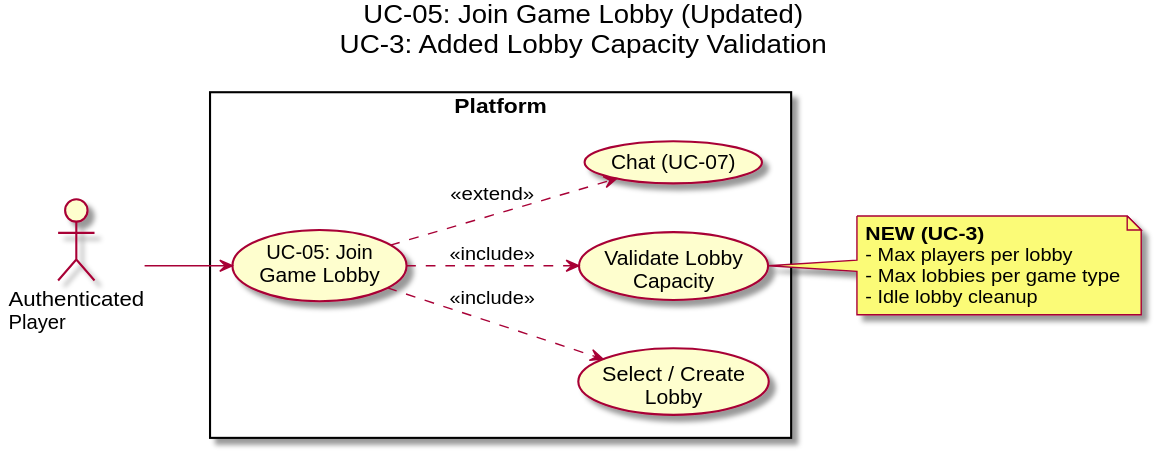
This is docs/03 useCases/UC-05 Join Game Lobby.svg from manavpreet1809/Multiplayer-Gaming-Platform, a PlantUML export, as it was before one commit.
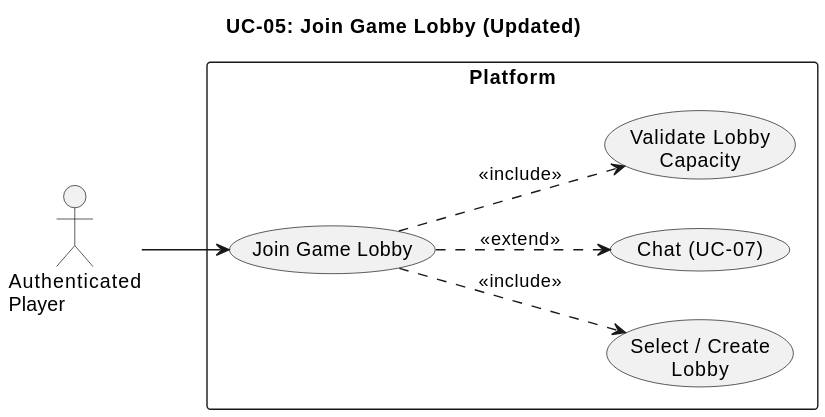
The same diagram one commit later.

The edit, as a diff of the source:
```diff
@@ -1,6 +1,5 @@
 @startuml
-title UC-05: Join Game Lobby (Updated)\nUC-3: Added Lobby Capacity Validation
-skinparam backgroundColor white
+title UC-05: Join Game Lobby (Updated)
 
 left to right direction
 skinparam packageStyle rectangle
@@ -8,22 +7,14 @@
 actor "Authenticated\nPlayer" as Player
 
 rectangle "Platform" {
-  usecase "UC-05: Join\nGame Lobby" as UC05
+  usecase "Join Game Lobby" as UC05
   usecase "Select / Create\nLobby" as SL
+  usecase "Chat (UC-07)" as UC07
   usecase "Validate Lobby\nCapacity" as VLC
-  usecase "Chat (UC-07)" as UC07
 }
 
 Player --> UC05
 UC05 ..> SL : <<include>>
 UC05 ..> VLC : <<include>>
 UC05 ..> UC07 : <<extend>>
-
-note right of VLC
-  **NEW (UC-3)**
-  - Max players per lobby
-  - Max lobbies per game type
-  - Idle lobby cleanup
-end note
-
 @enduml
```
